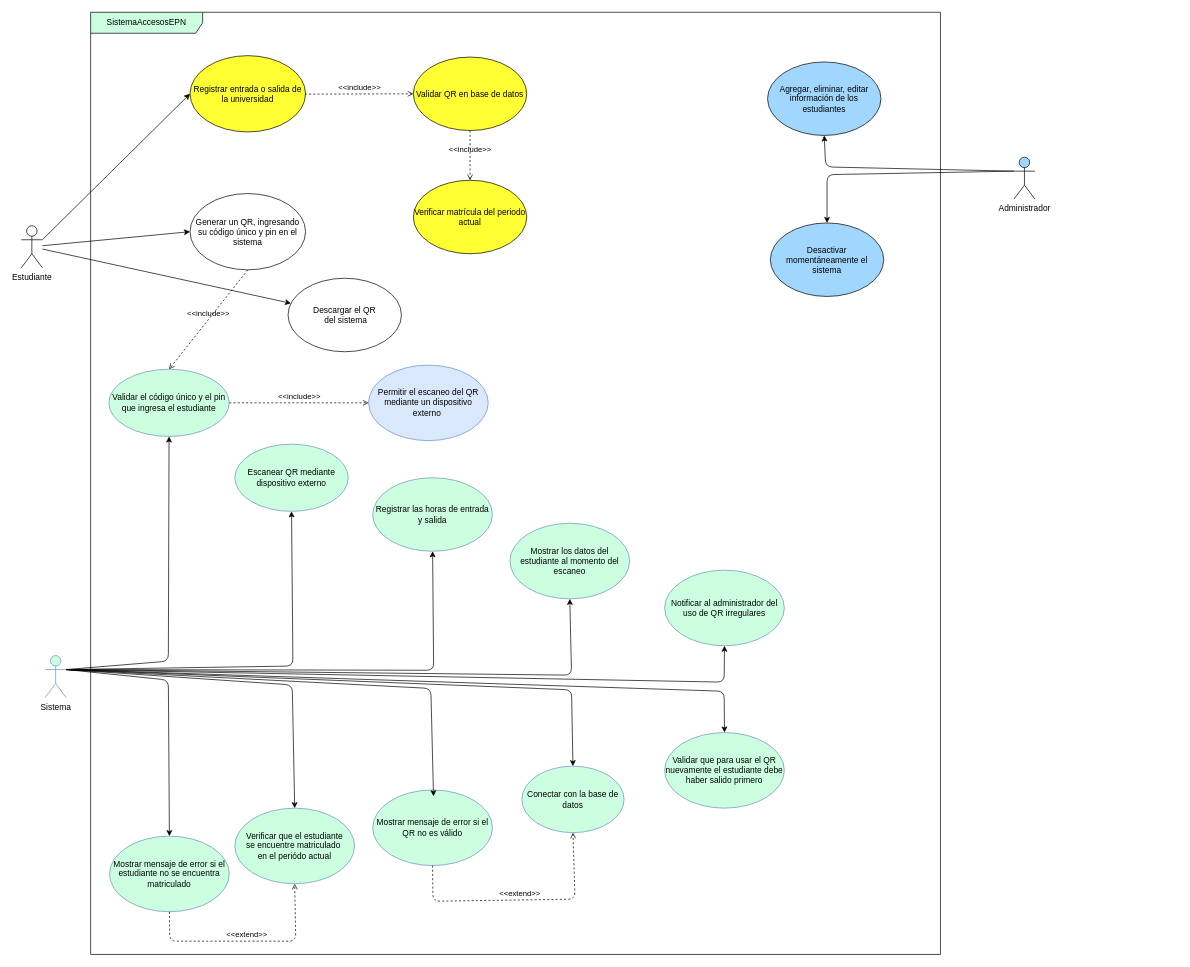
This is AccesoApp/design/1UseCase.drawio from Jhanavi128/Sistema_Control_AccesosEPN, a draw.io file, before an edit. Source tidied: cells renumbered, new cells numbered last; positions are measured from the earlier drawing's top-left corner, leaving out a move shared by most shapes. Both pictures are drawn from the tidied source at 70%, with x=0, y=0 at pixel (21, 12).
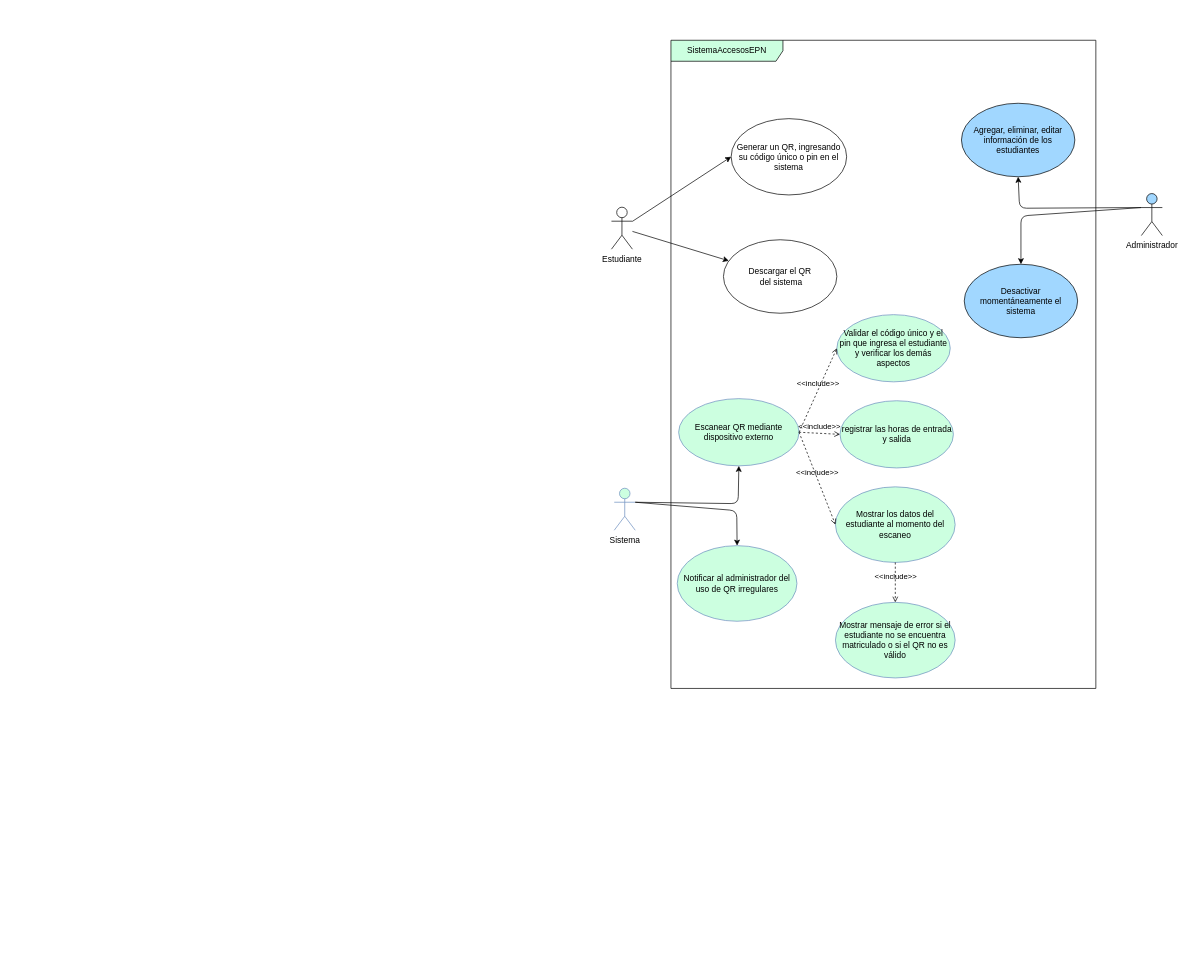
The same diagram, later.

Commit message (it also covers changes not shown here):
mer and use case almost complete

Change to the diagram source:
```diff
@@
     <mxCell id="2" value="SistemaAccesosEPN" style="shape=umlFrame;whiteSpace=wrap;html=1;width=160;fillColor=#CCFFE0;" parent="1" vertex="1">
-      <mxGeometry x="99" width="1214" height="1346" as="geometry" />
+      <mxGeometry x="928" y="40" width="607" height="926" as="geometry" />
     </mxCell>
-    <mxCell id="3" value="Generar un QR, ingresando su código único y pin en el sistema" style="ellipse;whiteSpace=wrap;html=1;fillColor=none;" parent="2" vertex="1">
-      <mxGeometry x="142" y="259" width="165" height="109" as="geometry" />
+    <mxCell id="3" value="Generar un QR, ingresando su código único o pin en el sistema" style="ellipse;whiteSpace=wrap;html=1;fillColor=none;" parent="2" vertex="1">
+      <mxGeometry x="86" y="112" width="165" height="109" as="geometry" />
     </mxCell>
+    <mxCell id="5" value="Descargar el QR&lt;div&gt;&amp;nbsp;del sistema&lt;/div&gt;" style="ellipse;whiteSpace=wrap;html=1;" parent="2" vertex="1">
+      <mxGeometry x="75" y="285" width="162" height="105" as="geometry" />
+    </mxCell>
-    <mxCell id="4" value="Validar el código único y el pin que ingresa el estudiante" style="ellipse;whiteSpace=wrap;html=1;fillColor=#CCFFE0;strokeColor=#6c8ebf;" parent="2" vertex="1">
-      <mxGeometry x="26" y="510" width="172" height="96" as="geometry" />
+    <mxCell id="4" value="&lt;span style=&quot;color: rgb(0, 0, 0); text-align: left;&quot;&gt;Escanear QR mediante dispositivo externo&lt;/span&gt;" style="ellipse;whiteSpace=wrap;html=1;fillColor=#CCFFE0;strokeColor=#6c8ebf;" parent="2" vertex="1">
+      <mxGeometry x="11" y="512" width="172" height="96" as="geometry" />
     </mxCell>
-    <mxCell id="5" value="Descargar el QR&lt;div&gt;&amp;nbsp;del sistema&lt;/div&gt;" style="ellipse;whiteSpace=wrap;html=1;" parent="2" vertex="1">
-      <mxGeometry x="282" y="380" width="162" height="105" as="geometry" />
-    </mxCell>
-    <mxCell id="6" value="Permitir el escaneo del QR mediante un dispositivo externo&amp;nbsp;" style="ellipse;whiteSpace=wrap;html=1;fillColor=#dae8fc;strokeColor=#6c8ebf;" parent="2" vertex="1">
-      <mxGeometry x="397" y="504" width="171" height="108" as="geometry" />
-    </mxCell>
-    <mxCell id="7" value="&amp;lt;&amp;lt;include&amp;gt;&amp;gt;" style="html=1;verticalAlign=bottom;labelBackgroundColor=none;endArrow=open;endFill=0;dashed=1;exitX=0.5;exitY=1;exitDx=0;exitDy=0;entryX=0.5;entryY=0;entryDx=0;entryDy=0;" parent="2" edge="1" source="3" target="4">
-      <mxGeometry relative="1" as="geometry" />
-    </mxCell>
-    <mxCell id="8" value="&amp;lt;&amp;lt;include&amp;gt;&amp;gt;" style="html=1;verticalAlign=bottom;labelBackgroundColor=none;endArrow=open;endFill=0;dashed=1;exitX=1;exitY=0.5;exitDx=0;exitDy=0;entryX=0;entryY=0.5;entryDx=0;entryDy=0;" parent="2" edge="1" source="4" target="6">
-      <mxGeometry relative="1" as="geometry" />
-    </mxCell>
-    <mxCell id="9" value="Registrar entrada o salida de la universidad" style="ellipse;whiteSpace=wrap;html=1;fillColor=#FFFF33;" parent="2" vertex="1">
-      <mxGeometry x="142" y="62" width="165" height="109" as="geometry" />
-    </mxCell>
-    <mxCell id="10" value="&lt;span style=&quot;color: rgb(0, 0, 0); text-align: left;&quot;&gt;Validar QR en base de datos&lt;/span&gt;" style="ellipse;whiteSpace=wrap;html=1;fillColor=#FFFF33;" parent="2" vertex="1">
-      <mxGeometry x="461" y="64" width="162" height="105" as="geometry" />
-    </mxCell>
-    <mxCell id="11" value="&lt;span style=&quot;color: rgb(0, 0, 0); text-align: left;&quot;&gt;Verificar matrícula del periodo actual&lt;/span&gt;" style="ellipse;whiteSpace=wrap;html=1;fillColor=#FFFF33;" parent="2" vertex="1">
-      <mxGeometry x="461" y="240" width="162" height="105" as="geometry" />
-    </mxCell>
-    <mxCell id="12" value="&amp;lt;&amp;lt;include&amp;gt;&amp;gt;" style="html=1;verticalAlign=bottom;labelBackgroundColor=none;endArrow=open;endFill=0;dashed=1;entryX=0;entryY=0.5;entryDx=0;entryDy=0;" parent="2" edge="1" target="10">
-      <mxGeometry relative="1" as="geometry">
-        <mxPoint x="306" y="117" as="sourcePoint" />
-      </mxGeometry>
-    </mxCell>
-    <mxCell id="13" value="&amp;lt;&amp;lt;include&amp;gt;&amp;gt;" style="html=1;verticalAlign=bottom;labelBackgroundColor=none;endArrow=open;endFill=0;dashed=1;exitX=0.5;exitY=1;exitDx=0;exitDy=0;entryX=0.5;entryY=0;entryDx=0;entryDy=0;" parent="2" edge="1" source="10" target="11">
-      <mxGeometry relative="1" as="geometry" />
-    </mxCell>
-    <mxCell id="14" value="&lt;span style=&quot;color: rgb(0, 0, 0); text-wrap-mode: nowrap;&quot;&gt;Verificar que el estudiante&lt;/span&gt;&lt;div&gt;&lt;span style=&quot;color: rgb(0, 0, 0); text-wrap-mode: nowrap;&quot;&gt;se encuentre matriculado&amp;nbsp;&lt;/span&gt;&lt;/div&gt;&lt;div&gt;&lt;span style=&quot;color: rgb(0, 0, 0); text-wrap-mode: nowrap;&quot;&gt;en el periódo actual&lt;/span&gt;&lt;/div&gt;" style="ellipse;whiteSpace=wrap;html=1;fillColor=#CCFFE0;strokeColor=#6c8ebf;" parent="2" vertex="1">
-      <mxGeometry x="206" y="1137" width="171" height="108" as="geometry" />
-    </mxCell>
-    <mxCell id="15" value="Mostrar mensaje de error si el QR no es válido" style="ellipse;whiteSpace=wrap;html=1;fillColor=#CCFFE0;strokeColor=#6c8ebf;" parent="2" vertex="1">
-      <mxGeometry x="403" y="1111" width="171" height="108" as="geometry" />
-    </mxCell>
     <mxCell id="16" value="Mostrar los datos del estudiante al momento del escaneo" style="ellipse;whiteSpace=wrap;html=1;fillColor=#CCFFE0;strokeColor=#6c8ebf;" parent="2" vertex="1">
-      <mxGeometry x="599" y="730" width="171" height="108" as="geometry" />
+      <mxGeometry x="235" y="638" width="171" height="108" as="geometry" />
     </mxCell>
-    <mxCell id="17" value="Validar que para usar el QR nuevamente el estudiante debe haber salido primero" style="ellipse;whiteSpace=wrap;html=1;fillColor=#CCFFE0;strokeColor=#6c8ebf;" parent="2" vertex="1">
-      <mxGeometry x="820" y="1029" width="171" height="108" as="geometry" />
-    </mxCell>
     <mxCell id="18" value="Notificar al administrador del uso de QR irregulares" style="ellipse;whiteSpace=wrap;html=1;fillColor=#CCFFE0;strokeColor=#6c8ebf;" parent="2" vertex="1">
-      <mxGeometry x="820" y="797" width="171" height="108" as="geometry" />
+      <mxGeometry x="9" y="722" width="171" height="108" as="geometry" />
     </mxCell>
-    <mxCell id="19" style="edgeStyle=none;html=1;entryX=0.5;entryY=0;entryDx=0;entryDy=0;exitX=1;exitY=0.3333333333333333;exitDx=0;exitDy=0;exitPerimeter=0;" parent="2" edge="1" source="30">
-      <mxGeometry relative="1" as="geometry">
-        <mxPoint x="489.8" y="1120" as="targetPoint" />
-        <Array as="points">
-          <mxPoint x="486" y="966" />
-        </Array>
-      </mxGeometry>
-    </mxCell>
+    <mxCell id="25" value="&lt;span style=&quot;color: rgb(0, 0, 0); text-align: left;&quot;&gt;registrar las horas de entrada y salida&lt;/span&gt;" style="ellipse;whiteSpace=wrap;html=1;fillColor=#CCFFE0;strokeColor=#6c8ebf;" parent="2" vertex="1">
+      <mxGeometry x="241.5" y="515" width="162" height="96" as="geometry" />
+    </mxCell>
+    <mxCell id="26" value="Mostrar mensaje de error si el estudiante no se encuentra matriculado o si el QR no es válido" style="ellipse;whiteSpace=wrap;html=1;fillColor=#CCFFE0;strokeColor=#6c8ebf;" parent="2" vertex="1">
+      <mxGeometry x="235" y="803" width="171" height="108" as="geometry" />
+    </mxCell>
+    <mxCell id="30" value="Sistema" style="shape=umlActor;verticalLabelPosition=bottom;verticalAlign=top;html=1;fillColor=#CCFFE0;strokeColor=#6c8ebf;" parent="2" vertex="1">
+      <mxGeometry x="-81" y="640" width="30" height="60" as="geometry" />
+    </mxCell>
+    <mxCell id="35" style="edgeStyle=none;html=1;entryX=0.5;entryY=1;entryDx=0;entryDy=0;exitX=1;exitY=0.3333333333333333;exitDx=0;exitDy=0;exitPerimeter=0;" parent="2" edge="1" source="30" target="4">
+      <mxGeometry relative="1" as="geometry">
+        <Array as="points">
+          <mxPoint x="96" y="662" />
+        </Array>
+      </mxGeometry>
+    </mxCell>
     <mxCell id="20" value="Agregar, eliminar, editar información de los estudiantes" style="ellipse;whiteSpace=wrap;html=1;fillColor=#A1D7FF;" parent="2" vertex="1">
-      <mxGeometry x="967" y="71" width="162" height="105" as="geometry" />
+      <mxGeometry x="415" y="90" width="162" height="105" as="geometry" />
     </mxCell>
     <mxCell id="21" value="Desactivar momentáneamente el sistema" style="ellipse;whiteSpace=wrap;html=1;fillColor=#A1D7FF;" parent="2" vertex="1">
-      <mxGeometry x="971" y="301" width="162" height="105" as="geometry" />
+      <mxGeometry x="419" y="320" width="162" height="105" as="geometry" />
     </mxCell>
-    <mxCell id="22" value="Conectar con la base de datos" style="ellipse;whiteSpace=wrap;html=1;fillColor=#CCFFE0;strokeColor=#6c8ebf;" parent="2" vertex="1">
-      <mxGeometry x="616" y="1077" width="146" height="95" as="geometry" />
-    </mxCell>
-    <mxCell id="23" value="Registrar las horas de entrada y salida" style="ellipse;whiteSpace=wrap;html=1;fillColor=#CCFFE0;strokeColor=#6c8ebf;" parent="2" vertex="1">
-      <mxGeometry x="403" y="665" width="171" height="105" as="geometry" />
-    </mxCell>
-    <mxCell id="24" value="&amp;lt;&amp;lt;extend&amp;gt;&amp;gt;" style="html=1;verticalAlign=bottom;labelBackgroundColor=none;endArrow=open;endFill=0;dashed=1;exitX=0.5;exitY=1;exitDx=0;exitDy=0;entryX=0.5;entryY=1;entryDx=0;entryDy=0;" parent="2" edge="1" source="15" target="22">
-      <mxGeometry relative="1" as="geometry">
-        <Array as="points">
-          <mxPoint x="489" y="1270" />
-          <mxPoint x="692" y="1267" />
-        </Array>
-      </mxGeometry>
-    </mxCell>
-    <mxCell id="25" value="&lt;span style=&quot;color: rgb(0, 0, 0); text-align: left;&quot;&gt;Escanear QR mediante dispositivo externo&lt;/span&gt;" style="ellipse;whiteSpace=wrap;html=1;fillColor=#CCFFE0;strokeColor=#6c8ebf;" parent="2" vertex="1">
-      <mxGeometry x="206" y="617" width="162" height="96" as="geometry" />
-    </mxCell>
-    <mxCell id="26" value="Mostrar mensaje de error si el estudiante no se encuentra matriculado" style="ellipse;whiteSpace=wrap;html=1;fillColor=#CCFFE0;strokeColor=#6c8ebf;" parent="2" vertex="1">
-      <mxGeometry x="27" y="1177" width="171" height="108" as="geometry" />
-    </mxCell>
-    <mxCell id="27" value="&amp;lt;&amp;lt;extend&amp;gt;&amp;gt;" style="html=1;verticalAlign=bottom;labelBackgroundColor=none;endArrow=open;endFill=0;dashed=1;exitX=0.5;exitY=1;exitDx=0;exitDy=0;entryX=0.5;entryY=1;entryDx=0;entryDy=0;" parent="2" edge="1" source="26" target="14">
-      <mxGeometry relative="1" as="geometry">
-        <Array as="points">
-          <mxPoint x="113" y="1327" />
-          <mxPoint x="293" y="1327" />
-        </Array>
-      </mxGeometry>
-    </mxCell>
+    <mxCell id="45" value="&lt;span style=&quot;color: rgb(0, 0, 0);&quot;&gt;Validar el código único y el pin que ingresa el estudiante y verificar los demás aspectos&lt;/span&gt;" style="ellipse;whiteSpace=wrap;html=1;fillColor=#CCFFE0;strokeColor=#6c8ebf;" parent="2" vertex="1">
+      <mxGeometry x="237" y="392" width="162" height="96" as="geometry" />
+    </mxCell>
+    <mxCell id="46" value="&amp;lt;&amp;lt;include&amp;gt;&amp;gt;" style="html=1;verticalAlign=bottom;labelBackgroundColor=none;endArrow=open;endFill=0;dashed=1;exitX=1;exitY=0.5;exitDx=0;exitDy=0;entryX=0;entryY=0.5;entryDx=0;entryDy=0;" parent="2" edge="1" source="4" target="45">
+      <mxGeometry relative="1" as="geometry" />
+    </mxCell>
+    <mxCell id="47" value="&amp;lt;&amp;lt;include&amp;gt;&amp;gt;" style="html=1;verticalAlign=bottom;labelBackgroundColor=none;endArrow=open;endFill=0;dashed=1;exitX=1;exitY=0.5;exitDx=0;exitDy=0;entryX=0;entryY=0.5;entryDx=0;entryDy=0;" parent="2" edge="1" source="4" target="25">
+      <mxGeometry relative="1" as="geometry" />
+    </mxCell>
+    <mxCell id="38" style="edgeStyle=none;html=1;entryX=0.5;entryY=0;entryDx=0;entryDy=0;exitX=1;exitY=0.3333333333333333;exitDx=0;exitDy=0;exitPerimeter=0;" parent="2" edge="1" source="30" target="18">
+      <mxGeometry relative="1" as="geometry">
+        <Array as="points">
+          <mxPoint x="94" y="672" />
+        </Array>
+      </mxGeometry>
+    </mxCell>
+    <mxCell id="48" value="&amp;lt;&amp;lt;include&amp;gt;&amp;gt;" style="html=1;verticalAlign=bottom;labelBackgroundColor=none;endArrow=open;endFill=0;dashed=1;exitX=1;exitY=0.5;exitDx=0;exitDy=0;entryX=0;entryY=0.5;entryDx=0;entryDy=0;" parent="2" edge="1" source="4" target="16">
+      <mxGeometry relative="1" as="geometry" />
+    </mxCell>
+    <mxCell id="49" value="&amp;lt;&amp;lt;include&amp;gt;&amp;gt;" style="html=1;verticalAlign=bottom;labelBackgroundColor=none;endArrow=open;endFill=0;dashed=1;exitX=0.5;exitY=1;exitDx=0;exitDy=0;entryX=0.5;entryY=0;entryDx=0;entryDy=0;" parent="2" edge="1" source="16" target="26">
+      <mxGeometry relative="1" as="geometry" />
+    </mxCell>
@@
     <mxCell id="29" value="Estudiante" style="shape=umlActor;verticalLabelPosition=bottom;verticalAlign=top;html=1;" parent="1" vertex="1">
-      <mxGeometry y="305" width="30" height="60" as="geometry" />
+      <mxGeometry x="843" y="278.5" width="30" height="60" as="geometry" />
     </mxCell>
-    <mxCell id="30" value="Sistema" style="shape=umlActor;verticalLabelPosition=bottom;verticalAlign=top;html=1;fillColor=#CCFFE0;strokeColor=#6c8ebf;" parent="1" vertex="1">
-      <mxGeometry x="34" y="919" width="30" height="60" as="geometry" />
-    </mxCell>
@@
-    <mxCell id="32" style="edgeStyle=none;html=1;entryX=0;entryY=0.5;entryDx=0;entryDy=0;exitX=1;exitY=0.3333333333333333;exitDx=0;exitDy=0;exitPerimeter=0;" parent="1" edge="1" source="29" target="9">
-      <mxGeometry relative="1" as="geometry" />
-    </mxCell>
     <mxCell id="33" value="Administrador" style="shape=umlActor;verticalLabelPosition=bottom;verticalAlign=top;html=1;fillColor=#A1D7FF;" parent="1" vertex="1">
-      <mxGeometry x="1418" y="207" width="30" height="60" as="geometry" />
+      <mxGeometry x="1600" y="259" width="30" height="60" as="geometry" />
     </mxCell>
-    <mxCell id="34" style="edgeStyle=none;html=1;entryX=0.5;entryY=0;entryDx=0;entryDy=0;exitX=1;exitY=0.3333333333333333;exitDx=0;exitDy=0;exitPerimeter=0;" parent="1" edge="1" source="30" target="26">
-      <mxGeometry relative="1" as="geometry">
-        <Array as="points">
-          <mxPoint x="210" y="954" />
-        </Array>
-      </mxGeometry>
-    </mxCell>
-    <mxCell id="35" style="edgeStyle=none;html=1;entryX=0.5;entryY=1;entryDx=0;entryDy=0;exitX=1;exitY=0.3333333333333333;exitDx=0;exitDy=0;exitPerimeter=0;" parent="1" edge="1" source="30" target="4">
-      <mxGeometry relative="1" as="geometry">
-        <Array as="points">
-          <mxPoint x="210" y="927" />
-        </Array>
-      </mxGeometry>
-    </mxCell>
-    <mxCell id="36" style="edgeStyle=none;html=1;entryX=0.5;entryY=1;entryDx=0;entryDy=0;exitX=1;exitY=0.3333333333333333;exitDx=0;exitDy=0;exitPerimeter=0;" parent="1" edge="1" source="30" target="16">
-      <mxGeometry relative="1" as="geometry">
-        <Array as="points">
-          <mxPoint x="786" y="947" />
-        </Array>
-      </mxGeometry>
-    </mxCell>
-    <mxCell id="37" style="edgeStyle=none;html=1;entryX=0.5;entryY=0;entryDx=0;entryDy=0;exitX=1;exitY=0.3333333333333333;exitDx=0;exitDy=0;exitPerimeter=0;" parent="1" edge="1" source="30" target="22">
-      <mxGeometry relative="1" as="geometry">
-        <Array as="points">
-          <mxPoint x="786" y="968" />
-        </Array>
-      </mxGeometry>
-    </mxCell>
-    <mxCell id="38" style="edgeStyle=none;html=1;entryX=0.5;entryY=1;entryDx=0;entryDy=0;exitX=1;exitY=0.3333333333333333;exitDx=0;exitDy=0;exitPerimeter=0;" parent="1" edge="1" source="30" target="18">
-      <mxGeometry relative="1" as="geometry">
-        <Array as="points">
-          <mxPoint x="1004" y="957" />
-        </Array>
-      </mxGeometry>
-    </mxCell>
-    <mxCell id="39" style="edgeStyle=none;html=1;entryX=0.5;entryY=0;entryDx=0;entryDy=0;exitX=1;exitY=0.3333333333333333;exitDx=0;exitDy=0;exitPerimeter=0;" parent="1" edge="1" source="30" target="17">
-      <mxGeometry relative="1" as="geometry">
-        <Array as="points">
-          <mxPoint x="1004" y="970" />
-        </Array>
-      </mxGeometry>
-    </mxCell>
     <mxCell id="40" style="edgeStyle=none;html=1;entryX=0.5;entryY=1;entryDx=0;entryDy=0;exitX=0;exitY=0.3333333333333333;exitDx=0;exitDy=0;exitPerimeter=0;" parent="1" edge="1" source="33" target="20">
       <mxGeometry relative="1" as="geometry">
         <Array as="points">
-          <mxPoint x="1149" y="221" />
+          <mxPoint x="1426" y="280" />
         </Array>
       </mxGeometry>
     </mxCell>
     <mxCell id="41" style="edgeStyle=none;html=1;entryX=0.5;entryY=0;entryDx=0;entryDy=0;exitX=0;exitY=0.3333333333333333;exitDx=0;exitDy=0;exitPerimeter=0;" parent="1" edge="1" source="33" target="21">
       <mxGeometry relative="1" as="geometry">
         <Array as="points">
-          <mxPoint x="1151" y="232" />
+          <mxPoint x="1428" y="291" />
         </Array>
       </mxGeometry>
     </mxCell>
-    <mxCell id="42" style="edgeStyle=none;html=1;entryX=0.5;entryY=1;entryDx=0;entryDy=0;exitX=1;exitY=0.3333333333333333;exitDx=0;exitDy=0;exitPerimeter=0;" parent="1" edge="1" source="30" target="23">
-      <mxGeometry relative="1" as="geometry">
-        <Array as="points">
-          <mxPoint x="589" y="940" />
-        </Array>
-      </mxGeometry>
-    </mxCell>
-    <mxCell id="43" style="edgeStyle=none;html=1;entryX=0.5;entryY=1;entryDx=0;entryDy=0;exitX=1;exitY=0.3333333333333333;exitDx=0;exitDy=0;exitPerimeter=0;" parent="1" edge="1" source="30" target="25">
-      <mxGeometry relative="1" as="geometry">
-        <Array as="points">
-          <mxPoint x="388" y="934" />
-        </Array>
-      </mxGeometry>
-    </mxCell>
-    <mxCell id="44" style="edgeStyle=none;html=1;entryX=0.5;entryY=0;entryDx=0;entryDy=0;exitX=1;exitY=0.3333333333333333;exitDx=0;exitDy=0;exitPerimeter=0;" parent="1" edge="1" source="30" target="14">
-      <mxGeometry relative="1" as="geometry">
-        <Array as="points">
-          <mxPoint x="387" y="961" />
-        </Array>
-      </mxGeometry>
-    </mxCell>
```
